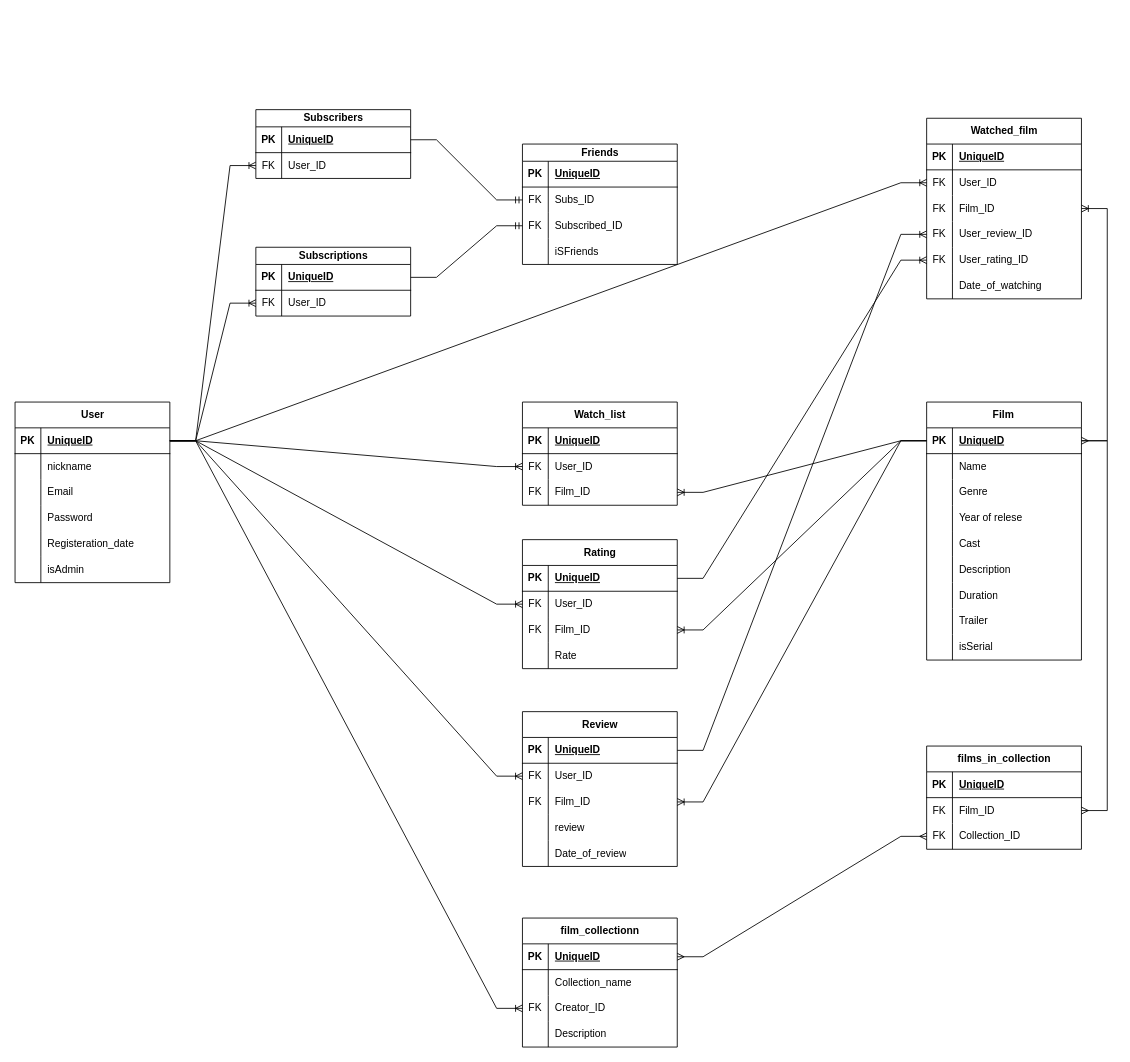
The draw.io diagram ДиаграммаСущностейКИНО.drawio in veapach/MovieHub, before the edit. Source tidied: cells renumbered, new cells numbered last; positions are measured from the earlier drawing's top-left corner, leaving out a move shared by most shapes. Both pictures are drawn from the tidied source at 86%, with x=0, y=0 at pixel (15, 109).
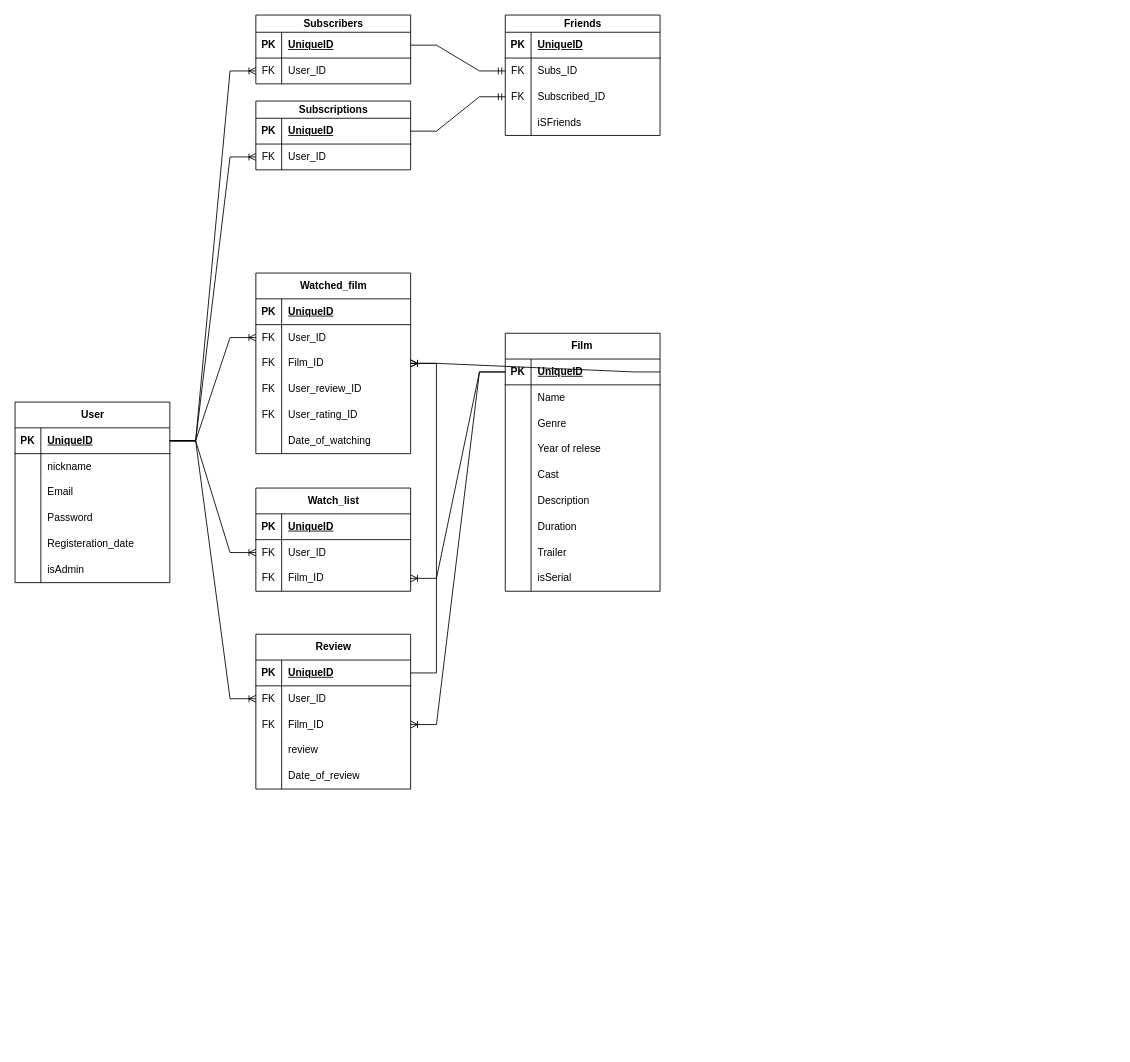
After the change.

Commit message (it also covers changes not shown here):
some database improvements

The change refers to these unchanged cells:
```xml
<mxCell id="3" style="shape=tableRow;horizontal=0;startSize=0;swimlaneHead=0;swimlaneBody=0;fillColor=none;points=[[0,0.5],[1,0.5]];portConstraint=eastwest;top=0;left=0;right=0;bottom=1;" parent="2" vertex="1">
  <mxGeometry y="30" width="180" height="30" as="geometry" />
</mxCell>
<mxCell id="31" style="shape=tableRow;horizontal=0;startSize=0;swimlaneHead=0;swimlaneBody=0;fillColor=none;points=[[0,0.5],[1,0.5]];portConstraint=eastwest;top=0;left=0;right=0;bottom=0;" parent="21" vertex="1">
  <mxGeometry y="120" width="180" height="30" as="geometry" />
</mxCell>
<mxCell id="34" style="shape=tableRow;horizontal=0;startSize=0;swimlaneHead=0;swimlaneBody=0;fillColor=none;points=[[0,0.5],[1,0.5]];portConstraint=eastwest;top=0;left=0;right=0;bottom=0;" parent="21" vertex="1">
  <mxGeometry y="150" width="180" height="30" as="geometry" />
</mxCell>
<mxCell id="41" style="shape=tableRow;horizontal=0;startSize=0;swimlaneHead=0;swimlaneBody=0;fillColor=none;points=[[0,0.5],[1,0.5]];portConstraint=eastwest;top=0;left=0;right=0;bottom=1;" parent="40" vertex="1">
  <mxGeometry y="30" width="180" height="30" as="geometry" />
</mxCell>
<mxCell id="122" style="shape=tableRow;horizontal=0;startSize=0;swimlaneHead=0;swimlaneBody=0;fillColor=none;points=[[0,0.5],[1,0.5]];portConstraint=eastwest;top=0;left=0;right=0;bottom=1;" parent="121" vertex="1">
  <mxGeometry y="30" width="180" height="30" as="geometry" />
</mxCell>
```

The edit, as a diff of the source:
```diff
@@
     <mxCell id="21" value="Watched_film" style="shape=table;startSize=30;childLayout=tableLayout;rowLines=0;fontStyle=1;align=center;html=1;" parent="1" vertex="1">
-      <mxGeometry x="1060" y="10" width="180" height="210" as="geometry" />
+      <mxGeometry x="280" y="190" width="180" height="210" as="geometry" />
     </mxCell>
@@
     <mxCell id="40" value="Film&lt;span style=&quot;white-space: pre;&quot;&gt;&#9;&lt;/span&gt;" style="shape=table;startSize=30;childLayout=tableLayout;rowLines=0;fontStyle=1;align=center;html=1;" parent="1" vertex="1">
-      <mxGeometry x="1060" y="340" width="180" height="300" as="geometry" />
+      <mxGeometry x="570" y="260" width="180" height="300" as="geometry" />
     </mxCell>
@@
     <mxCell id="68" value="Watch_list" style="shape=table;startSize=30;childLayout=tableLayout;rowLines=0;fontStyle=1;align=center;html=1;" parent="1" vertex="1">
-      <mxGeometry x="590" y="340" width="180" height="120" as="geometry" />
+      <mxGeometry x="280" y="440" width="180" height="120" as="geometry" />
     </mxCell>
@@
     <mxCell id="78" value="Subscriptions" style="shape=table;startSize=20;childLayout=tableLayout;rowLines=0;fontStyle=1;align=center;html=1;" parent="1" vertex="1">
-      <mxGeometry x="280" y="160" width="180" height="80" as="geometry" />
+      <mxGeometry x="280" y="-10" width="180" height="80" as="geometry" />
     </mxCell>
@@
-    <mxCell id="85" value="film_collectionn" style="shape=table;startSize=30;childLayout=tableLayout;rowLines=0;fontStyle=1;align=center;html=1;" parent="1" vertex="1">
-      <mxGeometry x="590" y="940" width="180" height="150" as="geometry" />
-    </mxCell>
-    <mxCell id="86" style="shape=tableRow;horizontal=0;startSize=0;swimlaneHead=0;swimlaneBody=0;fillColor=none;points=[[0,0.5],[1,0.5]];portConstraint=eastwest;top=0;left=0;right=0;bottom=1;" parent="85" vertex="1">
-      <mxGeometry y="30" width="180" height="30" as="geometry" />
-    </mxCell>
-    <mxCell id="87" value="PK" style="shape=partialRectangle;fillColor=none;top=0;left=0;bottom=0;right=0;fontStyle=1;overflow=hidden;whiteSpace=wrap;html=1;" parent="86" vertex="1">
-      <mxGeometry width="30" height="30" as="geometry" />
-    </mxCell>
-    <mxCell id="88" value="UniqueID" style="shape=partialRectangle;fillColor=none;top=0;left=0;bottom=0;right=0;align=left;spacingLeft=6;fontStyle=5;overflow=hidden;whiteSpace=wrap;html=1;" parent="86" vertex="1">
-      <mxGeometry x="30" width="150" height="30" as="geometry" />
-    </mxCell>
-    <mxCell id="89" style="shape=tableRow;horizontal=0;startSize=0;swimlaneHead=0;swimlaneBody=0;fillColor=none;top=0;left=0;right=0;bottom=0;" parent="85" vertex="1">
-      <mxGeometry y="60" width="180" height="30" as="geometry" />
-    </mxCell>
-    <mxCell id="90" style="shape=partialRectangle;fillColor=none;top=0;left=0;bottom=0;right=0;overflow=hidden;whiteSpace=wrap;html=1;" parent="89" vertex="1">
-      <mxGeometry width="30" height="30" as="geometry" />
-    </mxCell>
-    <mxCell id="91" value="Collection_name" style="shape=partialRectangle;fillColor=none;top=0;left=0;bottom=0;right=0;align=left;spacingLeft=6;overflow=hidden;whiteSpace=wrap;html=1;" parent="89" vertex="1">
-      <mxGeometry x="30" width="150" height="30" as="geometry" />
-    </mxCell>
-    <mxCell id="92" style="shape=tableRow;horizontal=0;startSize=0;swimlaneHead=0;swimlaneBody=0;fillColor=none;points=[[0,0.5],[1,0.5]];portConstraint=eastwest;top=0;left=0;right=0;bottom=0;" parent="85" vertex="1">
-      <mxGeometry y="90" width="180" height="30" as="geometry" />
-    </mxCell>
-    <mxCell id="93" value="FK" style="shape=partialRectangle;fillColor=none;top=0;left=0;bottom=0;right=0;overflow=hidden;whiteSpace=wrap;html=1;" parent="92" vertex="1">
-      <mxGeometry width="30" height="30" as="geometry" />
-    </mxCell>
-    <mxCell id="94" value="Creator_ID" style="shape=partialRectangle;fillColor=none;top=0;left=0;bottom=0;right=0;align=left;spacingLeft=6;overflow=hidden;whiteSpace=wrap;html=1;" parent="92" vertex="1">
-      <mxGeometry x="30" width="150" height="30" as="geometry" />
-    </mxCell>
-    <mxCell id="95" style="shape=tableRow;horizontal=0;startSize=0;swimlaneHead=0;swimlaneBody=0;fillColor=none;top=0;left=0;right=0;bottom=0;" parent="85" vertex="1">
-      <mxGeometry y="120" width="180" height="30" as="geometry" />
-    </mxCell>
-    <mxCell id="96" style="shape=partialRectangle;fillColor=none;top=0;left=0;bottom=0;right=0;overflow=hidden;whiteSpace=wrap;html=1;" parent="95" vertex="1">
-      <mxGeometry width="30" height="30" as="geometry" />
-    </mxCell>
-    <mxCell id="97" value="Description" style="shape=partialRectangle;fillColor=none;top=0;left=0;bottom=0;right=0;align=left;spacingLeft=6;overflow=hidden;whiteSpace=wrap;html=1;" parent="95" vertex="1">
-      <mxGeometry x="30" width="150" height="30" as="geometry" />
-    </mxCell>
-    <mxCell id="98" value="films_in_collection" style="shape=table;startSize=30;childLayout=tableLayout;rowLines=0;fontStyle=1;align=center;html=1;" parent="1" vertex="1">
-      <mxGeometry x="1060" y="740" width="180" height="120" as="geometry" />
-    </mxCell>
-    <mxCell id="99" style="shape=tableRow;horizontal=0;startSize=0;swimlaneHead=0;swimlaneBody=0;fillColor=none;top=0;left=0;right=0;bottom=1;" parent="98" vertex="1">
-      <mxGeometry y="30" width="180" height="30" as="geometry" />
-    </mxCell>
-    <mxCell id="100" value="PK" style="shape=partialRectangle;fillColor=none;top=0;left=0;bottom=0;right=0;fontStyle=1;overflow=hidden;whiteSpace=wrap;html=1;" parent="99" vertex="1">
-      <mxGeometry width="30" height="30" as="geometry" />
-    </mxCell>
-    <mxCell id="101" value="UniqueID" style="shape=partialRectangle;fillColor=none;top=0;left=0;bottom=0;right=0;align=left;spacingLeft=6;fontStyle=5;overflow=hidden;whiteSpace=wrap;html=1;" parent="99" vertex="1">
-      <mxGeometry x="30" width="150" height="30" as="geometry" />
-    </mxCell>
-    <mxCell id="102" style="shape=tableRow;horizontal=0;startSize=0;swimlaneHead=0;swimlaneBody=0;fillColor=none;points=[[0,0.5],[1,0.5]];portConstraint=eastwest;top=0;left=0;right=0;bottom=0;" parent="98" vertex="1">
-      <mxGeometry y="60" width="180" height="30" as="geometry" />
-    </mxCell>
-    <mxCell id="103" value="FK" style="shape=partialRectangle;fillColor=none;top=0;left=0;bottom=0;right=0;overflow=hidden;whiteSpace=wrap;html=1;" parent="102" vertex="1">
-      <mxGeometry width="30" height="30" as="geometry" />
-    </mxCell>
-    <mxCell id="104" value="Film_ID" style="shape=partialRectangle;fillColor=none;top=0;left=0;bottom=0;right=0;align=left;spacingLeft=6;overflow=hidden;whiteSpace=wrap;html=1;" parent="102" vertex="1">
-      <mxGeometry x="30" width="150" height="30" as="geometry" />
-    </mxCell>
-    <mxCell id="105" style="shape=tableRow;horizontal=0;startSize=0;swimlaneHead=0;swimlaneBody=0;fillColor=none;points=[[0,0.5],[1,0.5]];portConstraint=eastwest;top=0;left=0;right=0;bottom=0;" parent="98" vertex="1">
-      <mxGeometry y="90" width="180" height="30" as="geometry" />
-    </mxCell>
-    <mxCell id="106" value="FK" style="shape=partialRectangle;fillColor=none;top=0;left=0;bottom=0;right=0;overflow=hidden;whiteSpace=wrap;html=1;" parent="105" vertex="1">
-      <mxGeometry width="30" height="30" as="geometry" />
-    </mxCell>
-    <mxCell id="107" value="Collection_ID" style="shape=partialRectangle;fillColor=none;top=0;left=0;bottom=0;right=0;align=left;spacingLeft=6;overflow=hidden;whiteSpace=wrap;html=1;" parent="105" vertex="1">
-      <mxGeometry x="30" width="150" height="30" as="geometry" />
-    </mxCell>
-    <mxCell id="108" value="Rating" style="shape=table;startSize=30;childLayout=tableLayout;rowLines=0;fontStyle=1;align=center;html=1;" parent="1" vertex="1">
-      <mxGeometry x="590" y="500" width="180" height="150" as="geometry" />
-    </mxCell>
-    <mxCell id="109" style="shape=tableRow;horizontal=0;startSize=0;swimlaneHead=0;swimlaneBody=0;fillColor=none;points=[[0,0.5],[1,0.5]];portConstraint=eastwest;top=0;left=0;right=0;bottom=1;" parent="108" vertex="1">
-      <mxGeometry y="30" width="180" height="30" as="geometry" />
-    </mxCell>
-    <mxCell id="110" value="PK" style="shape=partialRectangle;fillColor=none;top=0;left=0;bottom=0;right=0;fontStyle=1;overflow=hidden;whiteSpace=wrap;html=1;" parent="109" vertex="1">
-      <mxGeometry width="30" height="30" as="geometry" />
-    </mxCell>
-    <mxCell id="111" value="UniqueID" style="shape=partialRectangle;fillColor=none;top=0;left=0;bottom=0;right=0;align=left;spacingLeft=6;fontStyle=5;overflow=hidden;whiteSpace=wrap;html=1;" parent="109" vertex="1">
-      <mxGeometry x="30" width="150" height="30" as="geometry" />
-    </mxCell>
-    <mxCell id="112" style="shape=tableRow;horizontal=0;startSize=0;swimlaneHead=0;swimlaneBody=0;fillColor=none;points=[[0,0.5],[1,0.5]];portConstraint=eastwest;top=0;left=0;right=0;bottom=0;" parent="108" vertex="1">
-      <mxGeometry y="60" width="180" height="30" as="geometry" />
-    </mxCell>
-    <mxCell id="113" value="FK" style="shape=partialRectangle;fillColor=none;top=0;left=0;bottom=0;right=0;overflow=hidden;whiteSpace=wrap;html=1;" parent="112" vertex="1">
-      <mxGeometry width="30" height="30" as="geometry" />
-    </mxCell>
-    <mxCell id="114" value="User_ID" style="shape=partialRectangle;fillColor=none;top=0;left=0;bottom=0;right=0;align=left;spacingLeft=6;overflow=hidden;whiteSpace=wrap;html=1;" parent="112" vertex="1">
-      <mxGeometry x="30" width="150" height="30" as="geometry" />
-    </mxCell>
-    <mxCell id="115" style="shape=tableRow;horizontal=0;startSize=0;swimlaneHead=0;swimlaneBody=0;fillColor=none;points=[[0,0.5],[1,0.5]];portConstraint=eastwest;top=0;left=0;right=0;bottom=0;" parent="108" vertex="1">
-      <mxGeometry y="90" width="180" height="30" as="geometry" />
-    </mxCell>
-    <mxCell id="116" value="FK" style="shape=partialRectangle;fillColor=none;top=0;left=0;bottom=0;right=0;overflow=hidden;whiteSpace=wrap;html=1;" parent="115" vertex="1">
-      <mxGeometry width="30" height="30" as="geometry" />
-    </mxCell>
-    <mxCell id="117" value="Film_ID" style="shape=partialRectangle;fillColor=none;top=0;left=0;bottom=0;right=0;align=left;spacingLeft=6;overflow=hidden;whiteSpace=wrap;html=1;" parent="115" vertex="1">
-      <mxGeometry x="30" width="150" height="30" as="geometry" />
-    </mxCell>
-    <mxCell id="118" style="shape=tableRow;horizontal=0;startSize=0;swimlaneHead=0;swimlaneBody=0;fillColor=none;top=0;left=0;right=0;bottom=0;" parent="108" vertex="1">
-      <mxGeometry y="120" width="180" height="30" as="geometry" />
-    </mxCell>
-    <mxCell id="119" style="shape=partialRectangle;fillColor=none;top=0;left=0;bottom=0;right=0;overflow=hidden;whiteSpace=wrap;html=1;" parent="118" vertex="1">
-      <mxGeometry width="30" height="30" as="geometry" />
-    </mxCell>
-    <mxCell id="120" value="Rate" style="shape=partialRectangle;fillColor=none;top=0;left=0;bottom=0;right=0;align=left;spacingLeft=6;overflow=hidden;whiteSpace=wrap;html=1;" parent="118" vertex="1">
-      <mxGeometry x="30" width="150" height="30" as="geometry" />
-    </mxCell>
     <mxCell id="121" value="Review" style="shape=table;startSize=30;childLayout=tableLayout;rowLines=0;fontStyle=1;align=center;html=1;" parent="1" vertex="1">
-      <mxGeometry x="590" y="700" width="180" height="180" as="geometry" />
+      <mxGeometry x="280" y="610" width="180" height="180" as="geometry" />
     </mxCell>
@@
     <mxCell id="137" value="Subscribers" style="shape=table;startSize=20;childLayout=tableLayout;rowLines=0;fontStyle=1;align=center;html=1;" parent="1" vertex="1">
-      <mxGeometry x="280" width="180" height="80" as="geometry" />
+      <mxGeometry x="280" y="-110" width="180" height="80" as="geometry" />
     </mxCell>
@@
     <mxCell id="144" value="Friends" style="shape=table;startSize=20;childLayout=tableLayout;rowLines=0;fontStyle=1;align=center;html=1;" parent="1" vertex="1">
-      <mxGeometry x="590" y="40" width="180" height="140" as="geometry" />
+      <mxGeometry x="570" y="-110" width="180" height="140" as="geometry" />
     </mxCell>
@@
-    <mxCell id="163" style="edgeStyle=entityRelationEdgeStyle;fontSize=12;html=1;endArrow=ERoneToMany;rounded=0;exitX=1;exitY=0.5;exitDx=0;exitDy=0;entryX=0;entryY=0.5;entryDx=0;entryDy=0;" parent="1" edge="1" source="3" target="112">
-      <mxGeometry relative="1" as="geometry" />
-    </mxCell>
-    <mxCell id="164" style="edgeStyle=entityRelationEdgeStyle;fontSize=12;html=1;endArrow=ERoneToMany;rounded=0;exitX=0;exitY=0.5;exitDx=0;exitDy=0;entryX=1;entryY=0.5;entryDx=0;entryDy=0;" parent="1" edge="1" source="41" target="115">
-      <mxGeometry relative="1" as="geometry" />
-    </mxCell>
@@
-    <mxCell id="167" style="edgeStyle=entityRelationEdgeStyle;fontSize=12;html=1;endArrow=ERoneToMany;rounded=0;exitX=1;exitY=0.5;exitDx=0;exitDy=0;entryX=0;entryY=0.5;entryDx=0;entryDy=0;" parent="1" edge="1" source="3" target="92">
-      <mxGeometry relative="1" as="geometry" />
-    </mxCell>
-    <mxCell id="168" style="edgeStyle=entityRelationEdgeStyle;fontSize=12;html=1;endArrow=ERmany;startArrow=ERmany;rounded=0;exitX=0;exitY=0.5;exitDx=0;exitDy=0;entryX=1;entryY=0.5;entryDx=0;entryDy=0;" parent="1" edge="1" source="105" target="86">
-      <mxGeometry relative="1" as="geometry" />
-    </mxCell>
-    <mxCell id="169" style="edgeStyle=entityRelationEdgeStyle;fontSize=12;html=1;endArrow=ERmany;startArrow=ERmany;rounded=0;entryX=1;entryY=0.5;entryDx=0;entryDy=0;exitX=1;exitY=0.5;exitDx=0;exitDy=0;" parent="1" edge="1" source="102" target="41">
-      <mxGeometry relative="1" as="geometry">
-        <Array as="points">
-          <mxPoint x="1290" y="810" />
-          <mxPoint x="1330" y="680" />
-        </Array>
-      </mxGeometry>
-    </mxCell>
@@
-    <mxCell id="172" style="edgeStyle=entityRelationEdgeStyle;fontSize=12;html=1;endArrow=ERoneToMany;rounded=0;exitX=1;exitY=0.5;exitDx=0;exitDy=0;entryX=0;entryY=0.5;entryDx=0;entryDy=0;" parent="1" edge="1" source="122" target="31">
+    <mxCell id="172" style="edgeStyle=entityRelationEdgeStyle;fontSize=12;html=1;endArrow=ERoneToMany;rounded=0;exitX=1;exitY=0.5;exitDx=0;exitDy=0;" parent="1" edge="1" source="122" target="21">
       <mxGeometry relative="1" as="geometry" />
     </mxCell>
-    <mxCell id="173" style="edgeStyle=entityRelationEdgeStyle;fontSize=12;html=1;endArrow=ERoneToMany;rounded=0;exitX=1;exitY=0.5;exitDx=0;exitDy=0;entryX=0;entryY=0.5;entryDx=0;entryDy=0;" parent="1" edge="1" source="109" target="34">
-      <mxGeometry relative="1" as="geometry" />
-    </mxCell>
```
